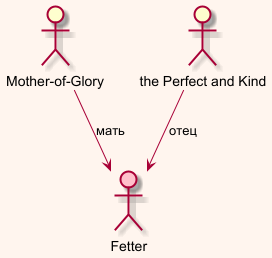
The PlantUML diagram The Saint of Bright Doors/The Saint of Bright Doors.png in olek3/reading, before a commit.
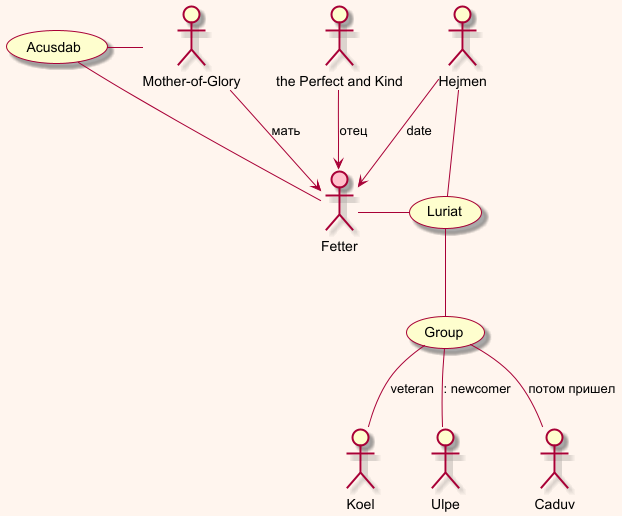
The same diagram one commit later.

Commit message:
доехали до 4 главы

Change to the diagram source:
```diff
@@ -15,4 +15,29 @@
 mother --> fetter : мать
 father --> fetter : отец
 
+(Acusdab) - mother
+(Acusdab) - fetter
+
+:Hejmen: as hejmen
+
+hejmen --> fetter : date
+
+(Luriat) as luriat
+
+hejmen -- luriat
+fetter - luriat
+
+(Group) as group
+
+luriat -- group
+
+:Koel:
+:Ulpe:
+
+group -- :Koel: : veteran
+group -- :Ulpe: :: newcomer
+
+
+group -- :Caduv: : потом пришел
+
 @enduml
```
